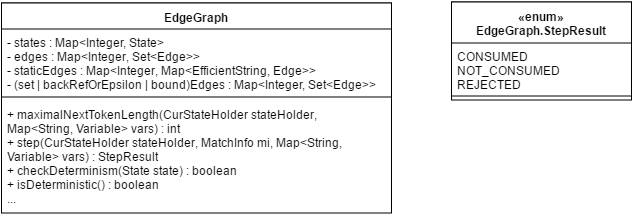
Earlier version of the draw.io export documentation/img/EdgeGraph.png (moar-regex/moar). Source tidied: cells renumbered, new cells last; positions are measured from the earlier drawing's top-left corner, leaving out a move shared by most shapes.
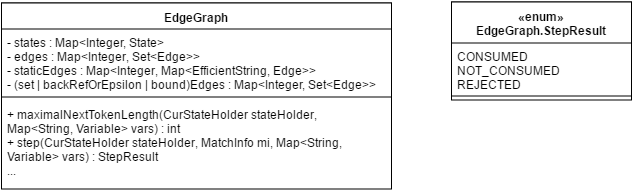
The same diagram one commit later.

The edit, as a diff of the source:
```diff
@@ -3,7 +3,7 @@
     <mxCell id="0" />
     <mxCell id="1" parent="0" />
     <mxCell id="2" value="EdgeGraph&lt;div&gt;&lt;br&gt;&lt;/div&gt;" style="swimlane;html=1;fontStyle=1;align=center;verticalAlign=top;horizontal=1;startSize=26;swimlaneFillColor=#ffffff;" parent="1" vertex="1">
-      <mxGeometry y="1" width="390" height="210" as="geometry" />
+      <mxGeometry y="1" width="390" height="186" as="geometry" />
     </mxCell>
     <mxCell id="3" value="&lt;div&gt;&lt;div&gt;- states :&amp;nbsp;&lt;span&gt;Map&amp;lt;Integer, State&amp;gt;&lt;/span&gt;&lt;/div&gt;&lt;/div&gt;&lt;div&gt;&lt;span&gt;- edges :&amp;nbsp;&lt;/span&gt;&lt;span&gt;Map&amp;lt;Integer&lt;/span&gt;&lt;span&gt;, &lt;/span&gt;&lt;span&gt;Set&amp;lt;Edge&amp;gt;&amp;gt;&lt;/span&gt;&lt;/div&gt;&lt;div&gt;&lt;span&gt;-&amp;nbsp;&lt;/span&gt;&lt;span&gt;staticEdges :&amp;nbsp;&lt;/span&gt;&lt;span&gt;Map&amp;lt;Integer&lt;/span&gt;&lt;span&gt;, &lt;/span&gt;&lt;span&gt;Map&amp;lt;EfficientString&lt;/span&gt;&lt;span&gt;, &lt;/span&gt;&lt;span&gt;Edge&amp;gt;&amp;gt;&lt;/span&gt;&lt;/div&gt;&lt;div&gt;&lt;span&gt;- (set | backRefOrEpsilon | bound)Edges : Map&amp;lt;Integer, Set&amp;lt;Edge&amp;gt;&amp;gt;&lt;/span&gt;&lt;span&gt;&amp;nbsp;&amp;nbsp;&lt;/span&gt;&lt;/div&gt;" style="text;html=1;strokeColor=none;fillColor=none;align=left;verticalAlign=top;spacingLeft=4;spacingRight=4;whiteSpace=wrap;overflow=hidden;" parent="2" vertex="1">
       <mxGeometry y="26" width="390" height="64" as="geometry" />
@@ -11,8 +11,8 @@
     <mxCell id="4" style="line;html=1;strokeWidth=1;fillColor=none;align=left;verticalAlign=middle;spacingTop=-1;spacingLeft=3;spacingRight=3;labelPosition=right;" parent="2" vertex="1">
       <mxGeometry y="90" width="390" height="8" as="geometry" />
     </mxCell>
-    <mxCell id="5" value="&lt;div&gt;+&amp;nbsp;&lt;span&gt;maximalNextTokenLength&lt;/span&gt;&lt;span&gt;(CurStateHolder stateHolder&lt;/span&gt;&lt;span&gt;, &lt;/span&gt;&lt;span&gt;Map&amp;lt;String&lt;/span&gt;&lt;span&gt;, &lt;/span&gt;&lt;span&gt;Variable&amp;gt; vars) : int&lt;/span&gt;&lt;/div&gt;+&amp;nbsp;&lt;span&gt;step&lt;/span&gt;&lt;span&gt;(CurStateHolder stateHolder&lt;/span&gt;&lt;span&gt;, &lt;/span&gt;&lt;span&gt;MatchInfo mi&lt;/span&gt;&lt;span&gt;, &lt;/span&gt;&lt;span&gt;Map&amp;lt;String&lt;/span&gt;&lt;span&gt;, &lt;/span&gt;&lt;span&gt;Variable&amp;gt; vars) :&amp;nbsp;&lt;/span&gt;&lt;span&gt;StepResult&lt;/span&gt;&lt;div&gt;&lt;div&gt;+&amp;nbsp;&lt;span&gt;checkDeterminism&lt;/span&gt;&lt;span&gt;(State state) : boolean&lt;/span&gt;&lt;/div&gt;&lt;div&gt;+ isDeterministic() : boolean&lt;/div&gt;&lt;div&gt;&lt;div&gt;...&lt;/div&gt;&lt;/div&gt;&lt;/div&gt;" style="text;html=1;strokeColor=none;fillColor=none;align=left;verticalAlign=top;spacingLeft=4;spacingRight=4;whiteSpace=wrap;overflow=hidden;" parent="2" vertex="1">
-      <mxGeometry y="98" width="390" height="112" as="geometry" />
+    <mxCell id="5" value="&lt;div&gt;+&amp;nbsp;&lt;span&gt;maximalNextTokenLength&lt;/span&gt;&lt;span&gt;(CurStateHolder stateHolder&lt;/span&gt;&lt;span&gt;, &lt;/span&gt;&lt;span&gt;Map&amp;lt;String&lt;/span&gt;&lt;span&gt;, &lt;/span&gt;&lt;span&gt;Variable&amp;gt; vars) : int&lt;/span&gt;&lt;/div&gt;+&amp;nbsp;&lt;span&gt;step&lt;/span&gt;&lt;span&gt;(CurStateHolder stateHolder&lt;/span&gt;&lt;span&gt;, &lt;/span&gt;&lt;span&gt;MatchInfo mi&lt;/span&gt;&lt;span&gt;, &lt;/span&gt;&lt;span&gt;Map&amp;lt;String&lt;/span&gt;&lt;span&gt;, &lt;/span&gt;&lt;span&gt;Variable&amp;gt; vars) :&amp;nbsp;&lt;/span&gt;&lt;span&gt;StepResult&lt;/span&gt;&lt;div&gt;&lt;div&gt;&lt;div&gt;...&lt;/div&gt;&lt;/div&gt;&lt;/div&gt;" style="text;html=1;strokeColor=none;fillColor=none;align=left;verticalAlign=top;spacingLeft=4;spacingRight=4;whiteSpace=wrap;overflow=hidden;" parent="2" vertex="1">
+      <mxGeometry y="98" width="390" height="82" as="geometry" />
     </mxCell>
     <mxCell id="6" value="&lt;div&gt;&lt;div&gt;- states :&amp;nbsp;&lt;span&gt;Map&amp;lt;Integer, State&amp;gt;&lt;/span&gt;&lt;/div&gt;&lt;/div&gt;&lt;div&gt;&lt;span&gt;- edges :&amp;nbsp;&lt;/span&gt;&lt;span&gt;Map&amp;lt;Integer&lt;/span&gt;&lt;span&gt;, &lt;/span&gt;&lt;span&gt;Set&amp;lt;Edge&amp;gt;&amp;gt;&lt;/span&gt;&lt;/div&gt;&lt;div&gt;&lt;span&gt;-&amp;nbsp;&lt;/span&gt;&lt;span&gt;staticEdges :&amp;nbsp;&lt;/span&gt;&lt;span&gt;Map&amp;lt;Integer&lt;/span&gt;&lt;span&gt;, &lt;/span&gt;&lt;span&gt;Map&amp;lt;EfficientString&lt;/span&gt;&lt;span&gt;, &lt;/span&gt;&lt;span&gt;Edge&amp;gt;&amp;gt;&lt;/span&gt;&lt;/div&gt;&lt;div&gt;&lt;span&gt;- (set | backRefOrEpsilon | bound)Edges : Map&amp;lt;Integer, Set&amp;lt;Edge&amp;gt;&amp;gt;&lt;/span&gt;&lt;span&gt;&amp;nbsp;&amp;nbsp;&lt;/span&gt;&lt;/div&gt;" style="text;html=1;strokeColor=none;fillColor=none;align=left;verticalAlign=top;spacingLeft=4;spacingRight=4;whiteSpace=wrap;overflow=hidden;" parent="1" vertex="1">
       <mxGeometry y="27" width="390" height="64" as="geometry" />
@@ -20,8 +20,8 @@
     <mxCell id="7" style="line;html=1;strokeWidth=1;fillColor=none;align=left;verticalAlign=middle;spacingTop=-1;spacingLeft=3;spacingRight=3;labelPosition=right;" parent="1" vertex="1">
       <mxGeometry y="91" width="390" height="8" as="geometry" />
     </mxCell>
-    <mxCell id="8" value="&lt;div&gt;+&amp;nbsp;&lt;span&gt;maximalNextTokenLength&lt;/span&gt;&lt;span&gt;(CurStateHolder stateHolder&lt;/span&gt;&lt;span&gt;, &lt;/span&gt;&lt;span&gt;Map&amp;lt;String&lt;/span&gt;&lt;span&gt;, &lt;/span&gt;&lt;span&gt;Variable&amp;gt; vars) : int&lt;/span&gt;&lt;/div&gt;+&amp;nbsp;&lt;span&gt;step&lt;/span&gt;&lt;span&gt;(CurStateHolder stateHolder&lt;/span&gt;&lt;span&gt;, &lt;/span&gt;&lt;span&gt;MatchInfo mi&lt;/span&gt;&lt;span&gt;, &lt;/span&gt;&lt;span&gt;Map&amp;lt;String&lt;/span&gt;&lt;span&gt;, &lt;/span&gt;&lt;span&gt;Variable&amp;gt; vars) :&amp;nbsp;&lt;/span&gt;&lt;span&gt;StepResult&lt;/span&gt;&lt;div&gt;&lt;div&gt;+&amp;nbsp;&lt;span&gt;checkDeterminism&lt;/span&gt;&lt;span&gt;(State state) : boolean&lt;/span&gt;&lt;/div&gt;&lt;div&gt;+ isDeterministic() : boolean&lt;/div&gt;&lt;div&gt;&lt;div&gt;...&lt;/div&gt;&lt;/div&gt;&lt;/div&gt;" style="text;html=1;strokeColor=none;fillColor=none;align=left;verticalAlign=top;spacingLeft=4;spacingRight=4;whiteSpace=wrap;overflow=hidden;" parent="1" vertex="1">
-      <mxGeometry y="99" width="390" height="112" as="geometry" />
+    <mxCell id="8" value="&lt;div&gt;+&amp;nbsp;&lt;span&gt;maximalNextTokenLength&lt;/span&gt;&lt;span&gt;(CurStateHolder stateHolder&lt;/span&gt;&lt;span&gt;, &lt;/span&gt;&lt;span&gt;Map&amp;lt;String&lt;/span&gt;&lt;span&gt;, &lt;/span&gt;&lt;span&gt;Variable&amp;gt; vars) : int&lt;/span&gt;&lt;/div&gt;+&amp;nbsp;&lt;span&gt;step&lt;/span&gt;&lt;span&gt;(CurStateHolder stateHolder&lt;/span&gt;&lt;span&gt;, &lt;/span&gt;&lt;span&gt;MatchInfo mi&lt;/span&gt;&lt;span&gt;, &lt;/span&gt;&lt;span&gt;Map&amp;lt;String&lt;/span&gt;&lt;span&gt;, &lt;/span&gt;&lt;span&gt;Variable&amp;gt; vars) :&amp;nbsp;&lt;/span&gt;&lt;span&gt;StepResult&lt;/span&gt;&lt;div&gt;&lt;div&gt;&lt;div&gt;...&lt;/div&gt;&lt;/div&gt;&lt;/div&gt;" style="text;html=1;strokeColor=none;fillColor=none;align=left;verticalAlign=top;spacingLeft=4;spacingRight=4;whiteSpace=wrap;overflow=hidden;" parent="1" vertex="1">
+      <mxGeometry y="99" width="390" height="82" as="geometry" />
     </mxCell>
     <mxCell id="9" value="&lt;div&gt;&lt;span&gt;«enum»&lt;/span&gt;&lt;br&gt;EdgeGraph.StepResult&lt;/div&gt;" style="swimlane;html=1;fontStyle=1;align=center;verticalAlign=top;horizontal=1;startSize=41;swimlaneFillColor=#ffffff;" parent="1" vertex="1">
       <mxGeometry x="450" width="180" height="98" as="geometry" />
```
